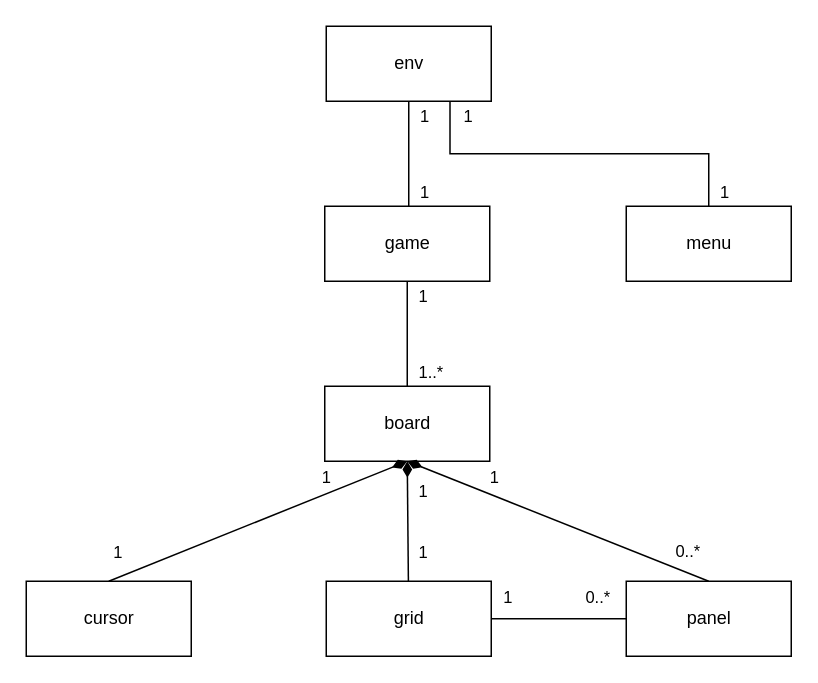
Earlier version of the draw.io diagram arch.drawio (matonix/panepon). Source tidied: cells renumbered, new cells numbered last; positions are measured from the earlier drawing's top-left corner, leaving out a move shared by most shapes. Both pictures are drawn from the tidied source at 150%, with x=0, y=0 at pixel (26, 26).
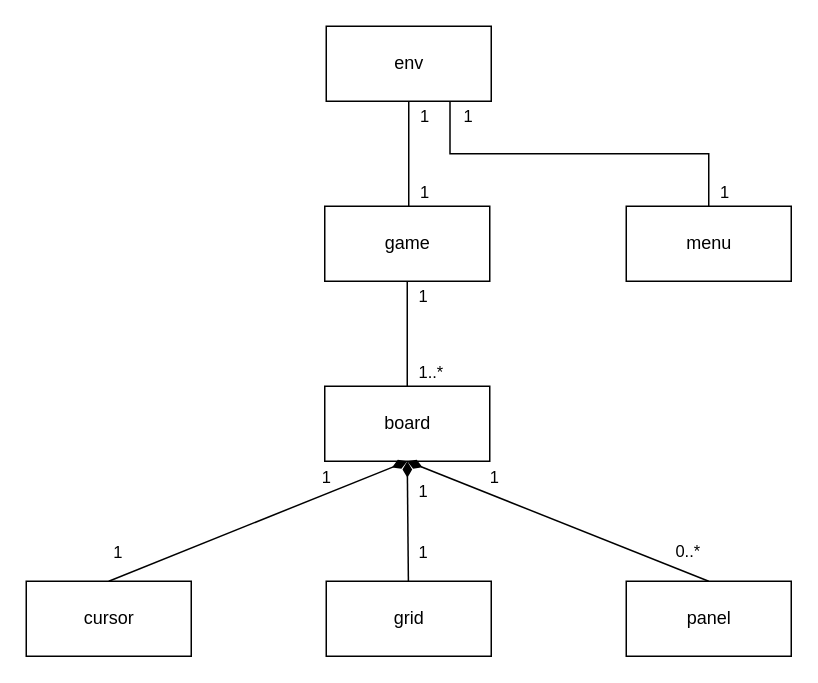
After the change.

The change refers to these unchanged cells:
```xml
<mxCell id="5" value="grid" style="html=1;" parent="1" vertex="1">
  <mxGeometry x="200" y="370" width="110" height="50" as="geometry" />
</mxCell>
<mxCell id="6" value="panel" style="html=1;" parent="1" vertex="1">
  <mxGeometry x="400" y="370" width="110" height="50" as="geometry" />
</mxCell>
```

Diff of the diagram source:
```diff
@@
-    <mxCell id="2" style="edgeStyle=orthogonalEdgeStyle;rounded=0;jettySize=auto;html=1;exitX=1;exitY=0.5;exitDx=0;exitDy=0;align=left;verticalAlign=middle;endArrow=none;endFill=0;" parent="1" edge="1" source="5" target="6">
-      <mxGeometry relative="1" as="geometry" />
-    </mxCell>
-    <mxCell id="3" value="1" style="edgeLabel;html=1;align=center;verticalAlign=middle;" parent="2" vertex="1">
-      <mxGeometry x="-0.25" y="2" relative="1" as="geometry">
-        <mxPoint x="-24" y="-13" as="offset" />
-      </mxGeometry>
-    </mxCell>
-    <mxCell id="4" value="0..*" style="edgeLabel;html=1;align=center;verticalAlign=middle;" parent="2" vertex="1">
-      <mxGeometry x="0.24" y="-1" relative="1" as="geometry">
-        <mxPoint x="14" y="-16" as="offset" />
-      </mxGeometry>
-    </mxCell>
```
